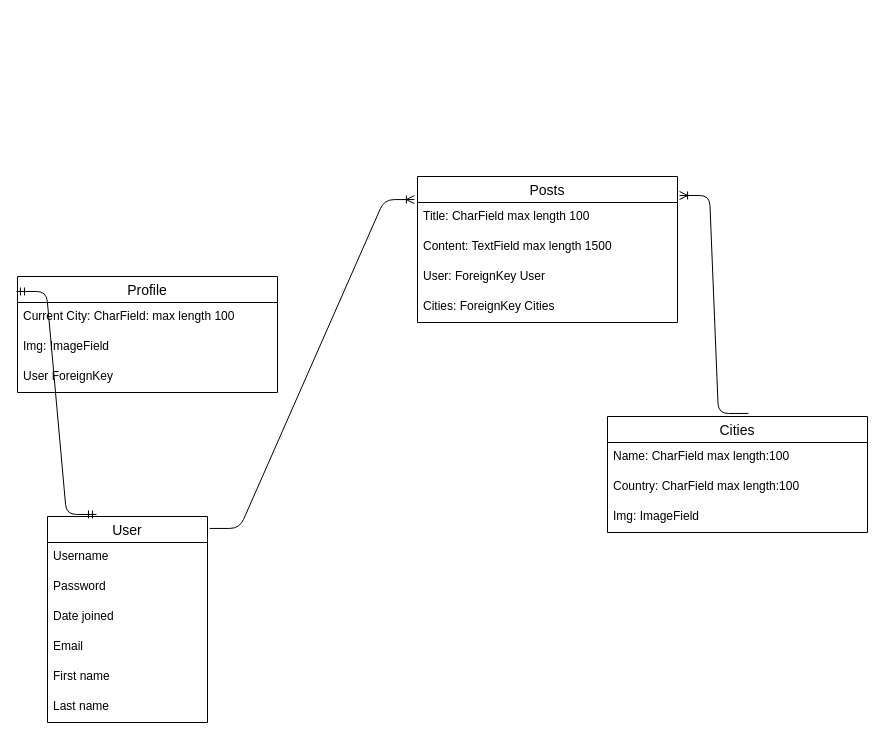
Before: ERD.drawio in Claywatkins8/Wayfairer-travel, a draw.io diagram. Source tidied: cells renumbered, new cells numbered last; positions are measured from the earlier drawing's top-left corner, leaving out a move shared by most shapes. Both pictures are drawn from the tidied source at 100%, with x=0, y=0 at pixel (17, 176).
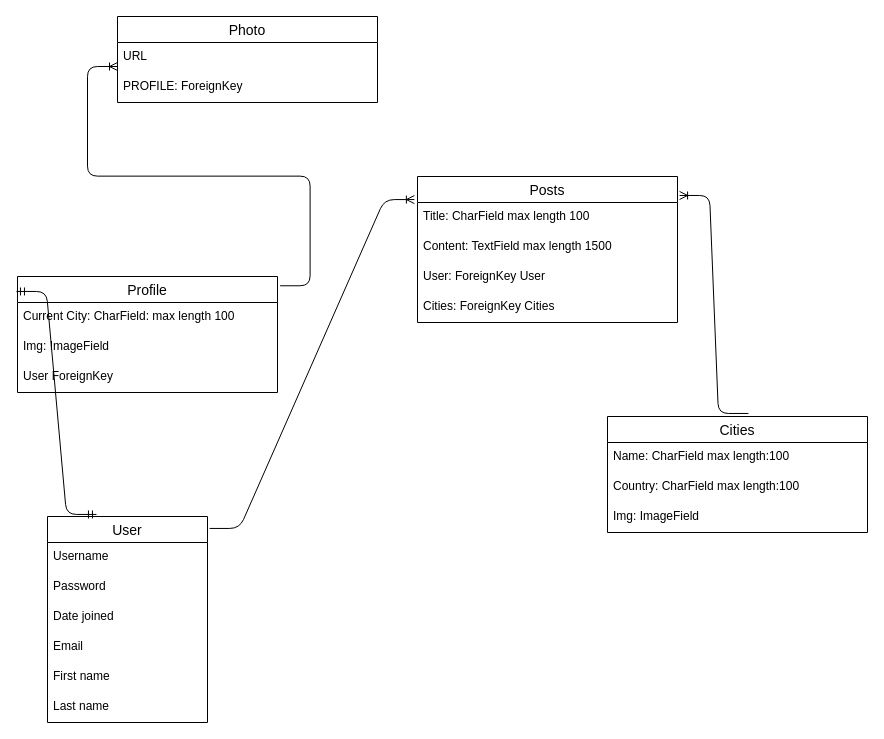
After the change.

Unchanged cells that the change refers to:
```xml
<mxCell id="2" value="Profile" style="swimlane;fontStyle=0;horizontal=1;startSize=26;align=center;fontSize=14;" parent="1" vertex="1">
  <mxGeometry y="100" width="260" height="116" as="geometry" />
</mxCell>
```

Change to the diagram source:
```diff
@@
+    <mxCell id="25" style="edgeStyle=entityRelationEdgeStyle;fontSize=12;html=1;endArrow=ERoneToMany;exitX=1.01;exitY=0.08;exitDx=0;exitDy=0;exitPerimeter=0;" parent="1" edge="1" source="2">
+      <mxGeometry relative="1" as="geometry">
+        <mxPoint x="100" y="-110" as="targetPoint" />
+      </mxGeometry>
+    </mxCell>
+    <mxCell id="26" value="Photo" style="swimlane;fontStyle=0;horizontal=1;startSize=26;align=center;fontSize=14;" parent="1" vertex="1">
+      <mxGeometry x="100" y="-160" width="260" height="86" as="geometry" />
+    </mxCell>
+    <mxCell id="27" value="URL" style="text;strokeColor=none;fillColor=none;spacingLeft=4;spacingRight=4;overflow=hidden;fontSize=12;" parent="26" vertex="1">
+      <mxGeometry y="26" width="260" height="30" as="geometry" />
+    </mxCell>
+    <mxCell id="28" value="PROFILE: ForeignKey" style="text;strokeColor=none;fillColor=none;spacingLeft=4;spacingRight=4;overflow=hidden;fontSize=12;" parent="26" vertex="1">
+      <mxGeometry y="56" width="260" height="30" as="geometry" />
+    </mxCell>
```
